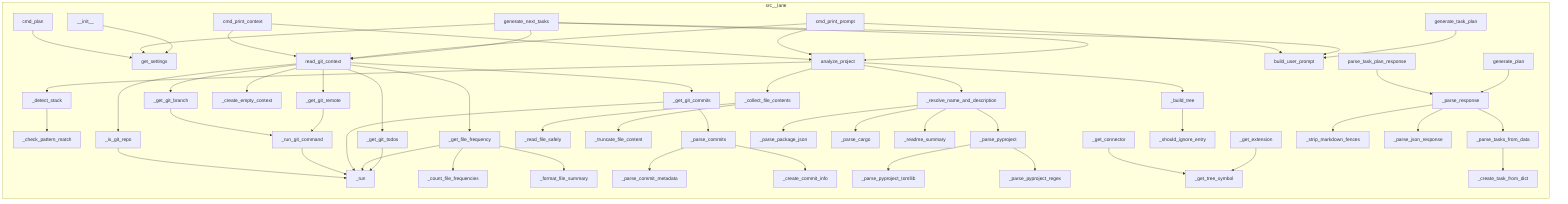
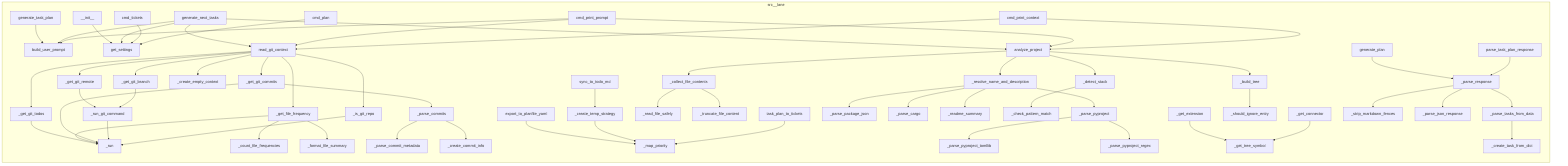
flowchart LR
%% generated in 0.00s
    subgraph src__lane
-         src__lane__project_analyzer___check_pattern_match["_check_pattern_match"]
-         src__lane__project_analyzer___detect_stack["_detect_stack"]
-         src__lane__config__get_settings["get_settings"]
-         src__lane__project_analyzer___read_file_safely["_read_file_safely"]
-         src__lane__git_reader___count_file_frequencies["_count_file_frequencies"]
-         src__lane__cli__cmd_plan["cmd_plan"]
-         src__lane__git_reader___get_git_branch["_get_git_branch"]
-         src__lane__project_analyzer___get_tree_symbol["_get_tree_symbol"]
+         src__lane__llm_client__build_user_prompt["build_user_prompt"]
+         src__lane__project_analyzer___parse_pyproject_tomllib["_parse_pyproject_tomllib"]
        src__lane__git_reader___is_git_repo["_is_git_repo"]
-         src__lane__git_reader___get_git_commits["_get_git_commits"]
-         src__lane__project_analyzer___truncate_file_content["_truncate_file_content"]
-         src__lane__git_reader___run_git_command["_run_git_command"]
        src__lane__project_analyzer___build_tree["_build_tree"]
        src__lane__project_analyzer__analyze_project["analyze_project"]
-         src__lane__project_analyzer___parse_pyproject_tomllib["_parse_pyproject_tomllib"]
+         src__lane__git_reader___run["_run"]
+         src__lane__git_reader___get_git_commits["_get_git_commits"]
+         src__lane__ticket_generator__export_to_planfile_yaml["export_to_planfile_yaml"]
+         src__lane__providers__openai_compat__OpenAICompatProvider__generate_plan["generate_plan"]
+         src__lane__project_analyzer___get_tree_symbol["_get_tree_symbol"]
+         src__lane__providers__openai_compat__OpenAICompatProvider____init__["__init__"]
+         src__lane__project_analyzer___detect_stack["_detect_stack"]
+         src__lane__providers__openai_compat___strip_markdown_fences["_strip_markdown_fences"]
+         src__lane__ticket_generator__task_plan_to_tickets["task_plan_to_tickets"]
+         src__lane__cli__cmd_print_context["cmd_print_context"]
+         src__lane__cli__cmd_plan["cmd_plan"]
+         src__lane__planner__generate_next_tasks["generate_next_tasks"]
+         src__lane__git_reader___get_git_todos["_get_git_todos"]
+         src__lane__ticket_generator__sync_to_todo_md["sync_to_todo_md"]
+         src__lane__project_analyzer___readme_summary["_readme_summary"]
+         src__lane__config__get_settings["get_settings"]
+         src__lane__git_reader___get_file_frequency["_get_file_frequency"]
+         src__lane__project_analyzer___parse_pyproject["_parse_pyproject"]
+         src__lane__providers__openai_compat___create_task_from_dict["_create_task_from_dict"]
+         src__lane__providers__openai_compat___parse_response["_parse_response"]
+         src__lane__project_analyzer___read_file_safely["_read_file_safely"]
+         src__lane__project_analyzer___parse_cargo["_parse_cargo"]
+         src__lane__project_analyzer___check_pattern_match["_check_pattern_match"]
+         src__lane__ticket_generator___map_priority["_map_priority"]
+         src__lane__project_analyzer___truncate_file_content["_truncate_file_content"]
+         src__lane__project_analyzer___resolve_name_and_description["_resolve_name_and_description"]
+         src__lane__project_analyzer___collect_file_contents["_collect_file_contents"]
+         src__lane__git_reader___format_file_summary["_format_file_summary"]
+         src__lane__git_reader___parse_commits["_parse_commits"]
+         src__lane__project_analyzer___should_ignore_entry["_should_ignore_entry"]
+         src__lane__git_reader___get_git_remote["_get_git_remote"]
+         src__lane__project_analyzer___get_extension["_get_extension"]
+         src__lane__git_reader___create_commit_info["_create_commit_info"]
+         src__lane__cli__cmd_print_prompt["cmd_print_prompt"]
+         src__lane__project_analyzer___parse_package_json["_parse_package_json"]
+         src__lane__cli__cmd_tickets["cmd_tickets"]
+         src__lane__git_reader___run_git_command["_run_git_command"]
+         src__lane__git_reader___count_file_frequencies["_count_file_frequencies"]
+         src__lane__providers__openai_compat___parse_json_response["_parse_json_response"]
+         src__lane__llm_client__OpenAICompatibleLLMClient__generate_task_plan["generate_task_plan"]
+         src__lane__llm_client__parse_task_plan_response["parse_task_plan_response"]
        src__lane__git_reader___create_empty_context["_create_empty_context"]
-         src__lane__planner__generate_next_tasks["generate_next_tasks"]
        src__lane__project_analyzer___get_connector["_get_connector"]
-         src__lane__git_reader___get_git_remote["_get_git_remote"]
-         src__lane__project_analyzer___resolve_name_and_description["_resolve_name_and_description"]
-         src__lane__cli__cmd_print_context["cmd_print_context"]
-         src__lane__llm_client__OpenAICompatibleLLMClient__generate_task_plan["generate_task_plan"]
-         src__lane__providers__openai_compat___parse_response["_parse_response"]
-         src__lane__project_analyzer___readme_summary["_readme_summary"]
-         src__lane__providers__openai_compat__OpenAICompatProvider__generate_plan["generate_plan"]
-         src__lane__git_reader__read_git_context["read_git_context"]
-         src__lane__project_analyzer___parse_cargo["_parse_cargo"]
-         src__lane__project_analyzer___get_extension["_get_extension"]
-         src__lane__cli__cmd_print_prompt["cmd_print_prompt"]
-         src__lane__project_analyzer___parse_pyproject["_parse_pyproject"]
-         src__lane__git_reader___run["_run"]
-         src__lane__git_reader___get_git_todos["_get_git_todos"]
+         src__lane__git_reader___get_git_branch["_get_git_branch"]
        src__lane__git_reader___parse_commit_metadata["_parse_commit_metadata"]
        src__lane__project_analyzer___parse_pyproject_regex["_parse_pyproject_regex"]
-         src__lane__git_reader___parse_commits["_parse_commits"]
-         src__lane__project_analyzer___parse_package_json["_parse_package_json"]
-         src__lane__git_reader___get_file_frequency["_get_file_frequency"]
-         src__lane__project_analyzer___collect_file_contents["_collect_file_contents"]
-         src__lane__providers__openai_compat__OpenAICompatProvider____init__["__init__"]
-         src__lane__git_reader___create_commit_info["_create_commit_info"]
-         src__lane__providers__openai_compat___parse_json_response["_parse_json_response"]
-         src__lane__git_reader___format_file_summary["_format_file_summary"]
+         src__lane__ticket_generator___create_temp_strategy["_create_temp_strategy"]
+         src__lane__git_reader__read_git_context["read_git_context"]
        src__lane__providers__openai_compat___parse_tasks_from_data["_parse_tasks_from_data"]
-         src__lane__llm_client__parse_task_plan_response["parse_task_plan_response"]
-         src__lane__llm_client__build_user_prompt["build_user_prompt"]
-         src__lane__providers__openai_compat___create_task_from_dict["_create_task_from_dict"]
-         src__lane__project_analyzer___should_ignore_entry["_should_ignore_entry"]
-         src__lane__providers__openai_compat___strip_markdown_fences["_strip_markdown_fences"]
    end
    src__lane__cli__cmd_plan --> src__lane__config__get_settings
    src__lane__cli__cmd_print_context --> src__lane__project_analyzer__analyze_project
    src__lane__cli__cmd_print_context --> src__lane__git_reader__read_git_context
    src__lane__cli__cmd_print_prompt --> src__lane__project_analyzer__analyze_project
    src__lane__cli__cmd_print_prompt --> src__lane__git_reader__read_git_context
    src__lane__cli__cmd_print_prompt --> src__lane__llm_client__build_user_prompt
+     src__lane__cli__cmd_tickets --> src__lane__config__get_settings
    src__lane__git_reader___is_git_repo --> src__lane__git_reader___run
    src__lane__git_reader___run_git_command --> src__lane__git_reader___run
    src__lane__git_reader___get_git_branch --> src__lane__git_reader___run_git_command
    src__lane__git_reader___get_git_remote --> src__lane__git_reader___run_git_command
    src__lane__git_reader___get_git_commits --> src__lane__git_reader___run
    src__lane__git_reader___get_git_commits --> src__lane__git_reader___parse_commits
    src__lane__git_reader___get_file_frequency --> src__lane__git_reader___run
    src__lane__git_reader___get_file_frequency --> src__lane__git_reader___count_file_frequencies
    src__lane__git_reader___get_file_frequency --> src__lane__git_reader___format_file_summary
    src__lane__git_reader___get_git_todos --> src__lane__git_reader___run
    src__lane__git_reader__read_git_context --> src__lane__git_reader___get_git_branch
    src__lane__git_reader__read_git_context --> src__lane__git_reader___get_git_remote
    src__lane__git_reader__read_git_context --> src__lane__git_reader___get_git_commits
    src__lane__git_reader__read_git_context --> src__lane__git_reader___get_file_frequency
    src__lane__git_reader__read_git_context --> src__lane__git_reader___get_git_todos
    src__lane__git_reader__read_git_context --> src__lane__git_reader___is_git_repo
    src__lane__git_reader__read_git_context --> src__lane__git_reader___create_empty_context
    src__lane__git_reader___parse_commits --> src__lane__git_reader___parse_commit_metadata
    src__lane__git_reader___parse_commits --> src__lane__git_reader___create_commit_info
    src__lane__planner__generate_next_tasks --> src__lane__project_analyzer__analyze_project
    src__lane__planner__generate_next_tasks --> src__lane__git_reader__read_git_context
    src__lane__planner__generate_next_tasks --> src__lane__llm_client__build_user_prompt
    src__lane__planner__generate_next_tasks --> src__lane__config__get_settings
    src__lane__llm_client__parse_task_plan_response --> src__lane__providers__openai_compat___parse_response
    src__lane__llm_client__OpenAICompatibleLLMClient__generate_task_plan --> src__lane__llm_client__build_user_prompt
+     src__lane__ticket_generator__task_plan_to_tickets --> src__lane__ticket_generator___map_priority
+     src__lane__ticket_generator__sync_to_todo_md --> src__lane__ticket_generator___create_temp_strategy
+     src__lane__ticket_generator___create_temp_strategy --> src__lane__ticket_generator___map_priority
+     src__lane__ticket_generator__export_to_planfile_yaml --> src__lane__ticket_generator___map_priority
    src__lane__project_analyzer___collect_file_contents --> src__lane__project_analyzer___read_file_safely
    src__lane__project_analyzer___collect_file_contents --> src__lane__project_analyzer___truncate_file_content
    src__lane__project_analyzer___resolve_name_and_description --> src__lane__project_analyzer___parse_pyproject
    src__lane__project_analyzer___resolve_name_and_description --> src__lane__project_analyzer___parse_package_json
    src__lane__project_analyzer___resolve_name_and_description --> src__lane__project_analyzer___parse_cargo
    src__lane__project_analyzer___resolve_name_and_description --> src__lane__project_analyzer___readme_summary
    src__lane__project_analyzer__analyze_project --> src__lane__project_analyzer___collect_file_contents
    src__lane__project_analyzer__analyze_project --> src__lane__project_analyzer___detect_stack
    src__lane__project_analyzer__analyze_project --> src__lane__project_analyzer___resolve_name_and_description
    src__lane__project_analyzer__analyze_project --> src__lane__project_analyzer___build_tree
    src__lane__project_analyzer___detect_stack --> src__lane__project_analyzer___check_pattern_match
    src__lane__project_analyzer___parse_pyproject --> src__lane__project_analyzer___parse_pyproject_tomllib
    src__lane__project_analyzer___parse_pyproject --> src__lane__project_analyzer___parse_pyproject_regex
    src__lane__project_analyzer___get_connector --> src__lane__project_analyzer___get_tree_symbol
    src__lane__project_analyzer___get_extension --> src__lane__project_analyzer___get_tree_symbol
    src__lane__project_analyzer___build_tree --> src__lane__project_analyzer___should_ignore_entry
    src__lane__providers__openai_compat__OpenAICompatProvider____init__ --> src__lane__config__get_settings
    src__lane__providers__openai_compat__OpenAICompatProvider__generate_plan --> src__lane__providers__openai_compat___parse_response
    src__lane__providers__openai_compat___parse_tasks_from_data --> src__lane__providers__openai_compat___create_task_from_dict
    src__lane__providers__openai_compat___parse_response --> src__lane__providers__openai_compat___strip_markdown_fences
    src__lane__providers__openai_compat___parse_response --> src__lane__providers__openai_compat___parse_json_response
    src__lane__providers__openai_compat___parse_response --> src__lane__providers__openai_compat___parse_tasks_from_data
